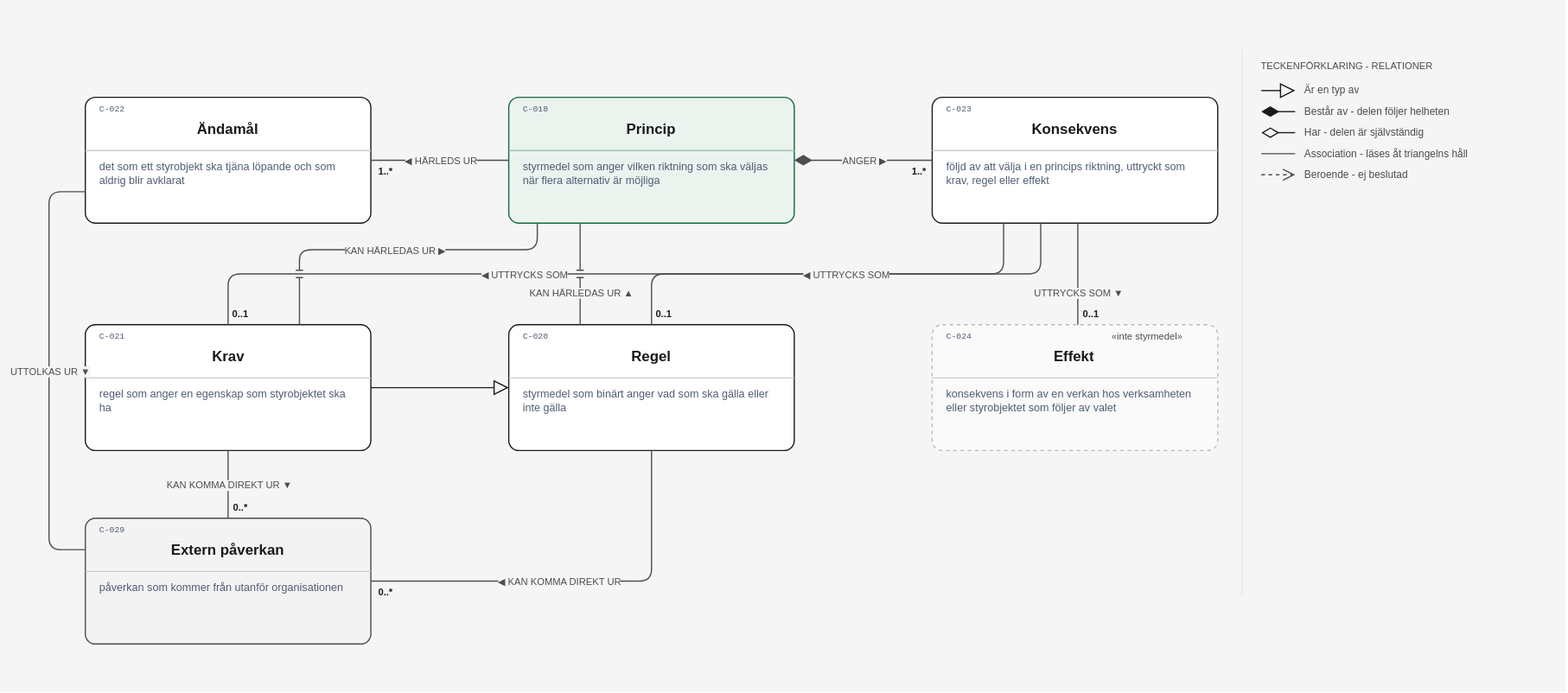
nickdin/gestaltadet-katalog keeps this draw.io diagram as layout/Från princip till krav.drawio.svg. Above is the earlier version. Source tidied: cells renumbered, new cells last; positions are measured from the earlier drawing's top-left corner, leaving out a move shared by most shapes.
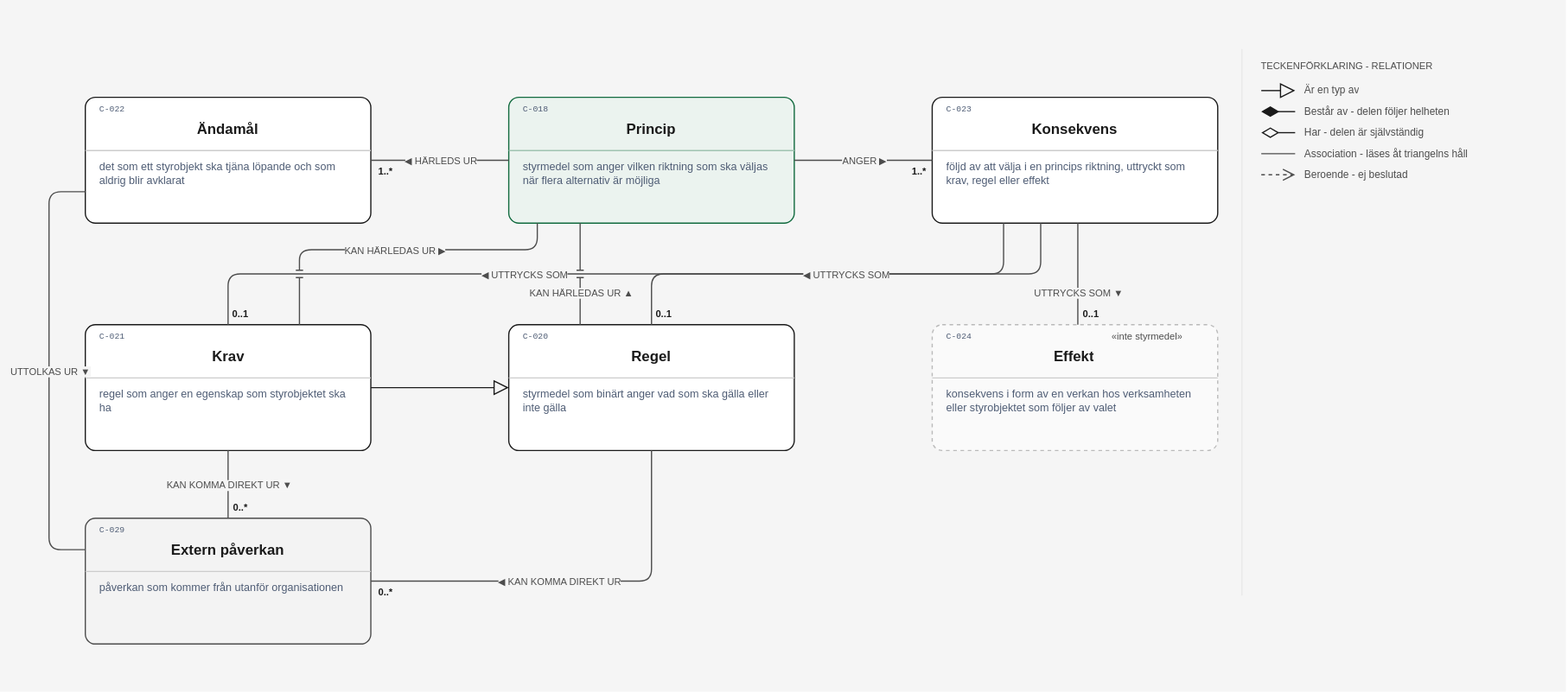
After the change.

The edit, as a diff of the source:
```diff
@@ -190,7 +190,7 @@
     <mxCell id="55" value="◀ HÄRLEDS UR" style="edgeLabel;html=1;align=center;verticalAlign=middle;fontFamily=Helvetica;fontSize=8;fontColor=#4d4d4d;fontStyle=0;labelBackgroundColor=#f5f5f5;" parent="53" vertex="1">
       <mxGeometry relative="1" as="geometry" />
     </mxCell>
-    <mxCell id="56" style="edgeStyle=orthogonalEdgeStyle;rounded=1;html=1;strokeColor=#4d4d4d;strokeWidth=1;startArrow=diamondThin;startFill=1;startSize=12;endArrow=none;exitX=1.0;exitY=0.5;exitDx=0;exitDy=0;entryX=0.0;entryY=0.5;entryDx=0;entryDy=0;jumpStyle=line;" parent="1" edge="1" source="10" target="16">
+    <mxCell id="56" style="edgeStyle=orthogonalEdgeStyle;rounded=1;html=1;strokeColor=#4d4d4d;strokeWidth=1;endArrow=none;exitX=1.0;exitY=0.5;exitDx=0;exitDy=0;entryX=0.0;entryY=0.5;entryDx=0;entryDy=0;jumpStyle=line;endSize=8;" parent="1" edge="1" source="10" target="16">
       <mxGeometry relative="1" as="geometry" />
     </mxCell>
     <mxCell id="57" value="1..*" style="edgeLabel;html=1;align=center;verticalAlign=middle;fontFamily=Helvetica;fontSize=8;fontColor=#1a1a1a;fontStyle=1;labelBackgroundColor=#f5f5f5;" parent="56" vertex="1">
```
